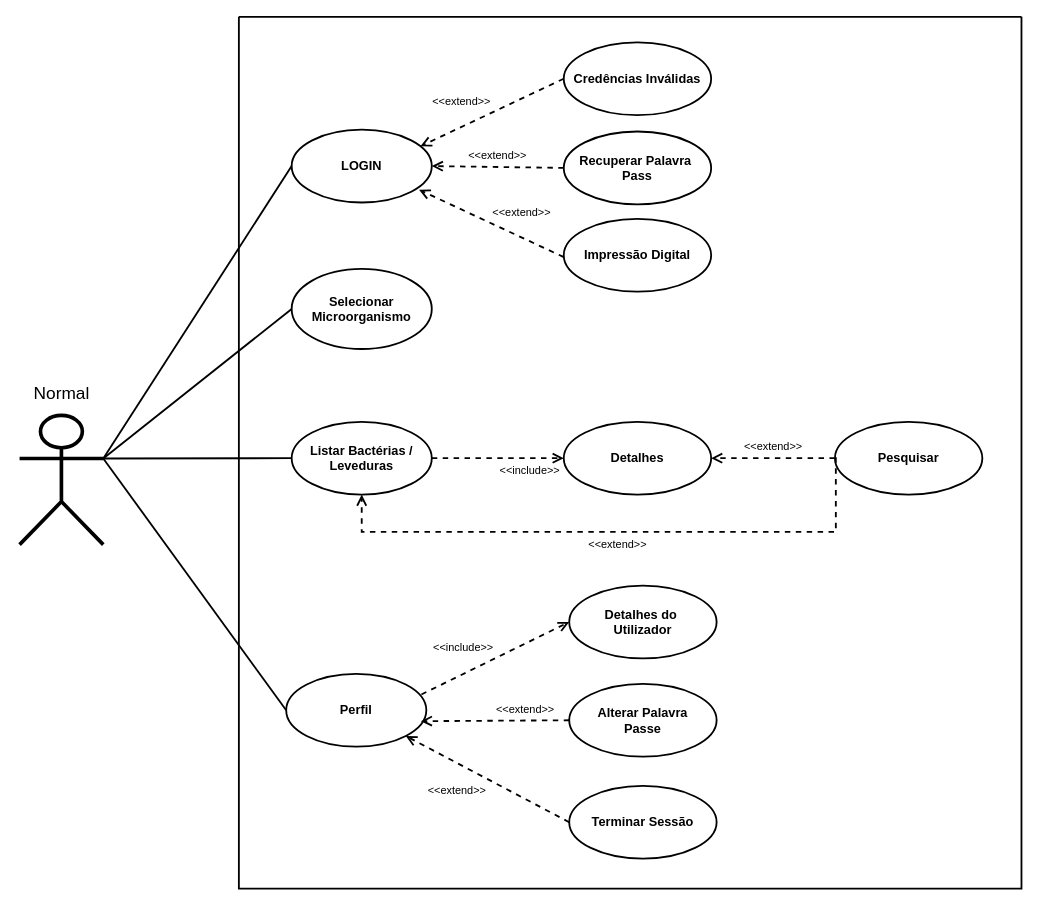
CarvalhoDaStreet/Diagrams keeps this draw.io diagram as NormalUseCase.drawio. Above is the earlier version. Source tidied: cells renumbered, new cells numbered last; positions are measured from the earlier drawing's top-left corner, leaving out a move shared by most shapes. Both pictures are drawn from the tidied source at 91%, with x=0, y=0 at pixel (19, 16).
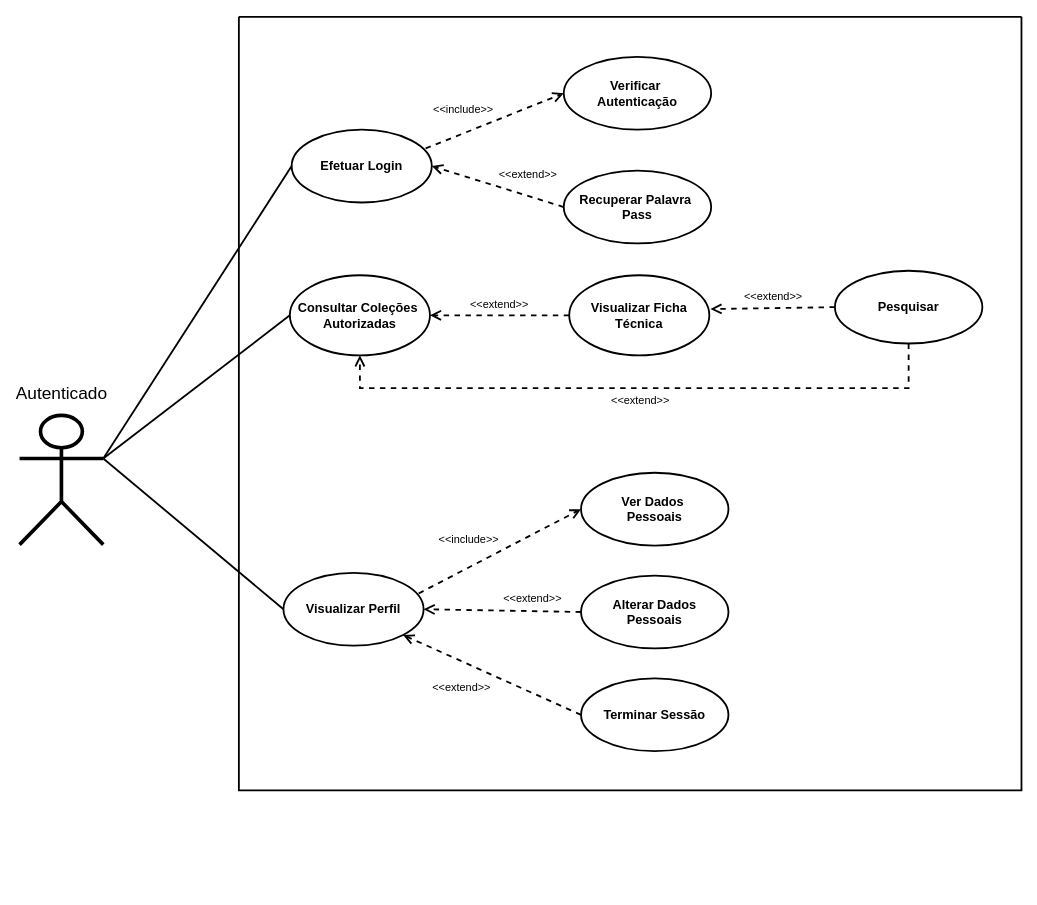
The same page after the edit.

The edit, as a diff of the source:
```diff
@@
     <mxCell id="2" style="swimlane;startSize=0;strokeWidth=2;rounded=1;swimlaneLine=0;fillColor=none;labelBackgroundColor=none;perimeterSpacing=2;" parent="1" vertex="1">
-      <mxGeometry x="241" width="860" height="958" as="geometry" />
+      <mxGeometry x="241" width="860" height="850" as="geometry" />
     </mxCell>
-    <mxCell id="3" value="LOGIN" style="ellipse;whiteSpace=wrap;html=1;fillColor=none;strokeWidth=2;fontSize=14;fontStyle=1;labelBackgroundColor=none;" parent="2" vertex="1">
+    <mxCell id="3" value="Efetuar Login" style="ellipse;whiteSpace=wrap;html=1;fillColor=none;strokeWidth=2;fontSize=14;fontStyle=1;labelBackgroundColor=none;" parent="2" vertex="1">
       <mxGeometry x="58" y="124" width="154" height="80" as="geometry" />
     </mxCell>
-    <mxCell id="4" value="Selecionar Microorganismo" style="ellipse;whiteSpace=wrap;fillColor=none;strokeWidth=2;fontSize=14;fontStyle=1;html=1;align=center;labelBackgroundColor=none;" parent="2" vertex="1">
-      <mxGeometry x="58" y="277" width="154" height="88" as="geometry" />
-    </mxCell>
-    <mxCell id="5" value="Listar Bactérias / Leveduras" style="ellipse;whiteSpace=wrap;html=1;fillColor=none;strokeWidth=2;fontSize=14;fontStyle=1;labelBackgroundColor=none;" parent="2" vertex="1">
-      <mxGeometry x="58" y="445" width="154" height="80" as="geometry" />
-    </mxCell>
-    <mxCell id="6" value="Perfil" style="ellipse;whiteSpace=wrap;html=1;fillColor=none;strokeWidth=2;fontSize=14;fontStyle=1;labelBackgroundColor=none;" parent="2" vertex="1">
-      <mxGeometry x="52" y="722" width="154" height="80" as="geometry" />
+    <mxCell id="6" value="Visualizar Perfil" style="ellipse;whiteSpace=wrap;html=1;fillColor=none;strokeWidth=2;fontSize=14;fontStyle=1;labelBackgroundColor=none;" parent="2" vertex="1">
+      <mxGeometry x="49" y="611" width="154" height="80" as="geometry" />
     </mxCell>
-    <mxCell id="7" value="Credências Inválidas" style="ellipse;whiteSpace=wrap;html=1;fillColor=none;strokeWidth=2;fontSize=14;fontStyle=1;labelBackgroundColor=none;" parent="2" vertex="1">
-      <mxGeometry x="357" y="28" width="162" height="80" as="geometry" />
+    <mxCell id="7" value="Verificar&amp;nbsp;&lt;div&gt;Autenticação&lt;/div&gt;" style="ellipse;whiteSpace=wrap;html=1;fillColor=none;strokeWidth=2;fontSize=14;fontStyle=1;labelBackgroundColor=none;" parent="2" vertex="1">
+      <mxGeometry x="357" y="44" width="162" height="80" as="geometry" />
     </mxCell>
-    <mxCell id="8" value="&amp;lt;&amp;lt;extend&amp;gt;&amp;gt;" style="endArrow=open;startArrow=none;endFill=0;startFill=0;endSize=8;html=1;verticalAlign=bottom;dashed=1;labelBackgroundColor=none;rounded=0;strokeWidth=2;exitX=0;exitY=0.5;exitDx=0;exitDy=0;entryX=0.919;entryY=0.228;entryDx=0;entryDy=0;fontColor=default;spacingBottom=3;labelPosition=left;verticalLabelPosition=top;align=right;entryPerimeter=0;fontSize=12;" parent="2" edge="1" source="7" target="3">
-      <mxGeometry relative="1" as="geometry" />
-    </mxCell>
     <mxCell id="9" value="Recuperar Palavra&amp;nbsp;&lt;div&gt;Pass&lt;/div&gt;" style="ellipse;whiteSpace=wrap;html=1;fillColor=none;strokeWidth=2;fontSize=14;fontStyle=1;labelBackgroundColor=none;" parent="2" vertex="1">
-      <mxGeometry x="357" y="126" width="162" height="80" as="geometry" />
+      <mxGeometry x="357" y="169" width="162" height="80" as="geometry" />
     </mxCell>
-    <mxCell id="10" value="&amp;lt;&amp;lt;extend&amp;gt;&amp;gt;" style="endArrow=open;startArrow=none;endFill=0;startFill=0;endSize=8;html=1;verticalAlign=bottom;dashed=1;labelBackgroundColor=none;rounded=0;strokeWidth=2;exitX=0;exitY=0.5;exitDx=0;exitDy=0;entryX=1;entryY=0.5;entryDx=0;entryDy=0;fontColor=default;spacingBottom=3;labelPosition=center;verticalLabelPosition=top;align=center;fontSize=12;" parent="2" edge="1" source="9" target="3">
+    <mxCell id="10" value="&amp;lt;&amp;lt;extend&amp;gt;&amp;gt;" style="endArrow=open;startArrow=none;endFill=0;startFill=0;endSize=8;html=1;verticalAlign=bottom;dashed=1;labelBackgroundColor=none;rounded=0;strokeWidth=2;exitX=0;exitY=0.5;exitDx=0;exitDy=0;entryX=1;entryY=0.5;entryDx=0;entryDy=0;fontColor=default;spacingBottom=3;labelPosition=right;verticalLabelPosition=top;align=left;fontSize=12;" parent="2" edge="1" source="9" target="3">
       <mxGeometry relative="1" as="geometry" />
     </mxCell>
-    <mxCell id="11" value="Impressão Digital" style="ellipse;whiteSpace=wrap;html=1;fillColor=none;strokeWidth=2;fontSize=14;fontStyle=1;labelBackgroundColor=none;" parent="2" vertex="1">
-      <mxGeometry x="357" y="222" width="162" height="80" as="geometry" />
-    </mxCell>
-    <mxCell id="12" value="&amp;lt;&amp;lt;extend&amp;gt;&amp;gt;" style="endArrow=open;startArrow=none;endFill=0;startFill=0;endSize=8;html=1;verticalAlign=bottom;dashed=1;labelBackgroundColor=none;rounded=0;strokeWidth=2;exitX=0;exitY=0.5;exitDx=0;exitDy=0;entryX=0.909;entryY=0.825;entryDx=0;entryDy=0;fontColor=default;spacingBottom=3;entryPerimeter=0;labelPosition=right;verticalLabelPosition=top;align=left;fontSize=12;" parent="2" edge="1" target="3">
-      <mxGeometry relative="1" as="geometry">
-        <mxPoint x="357" y="264" as="sourcePoint" />
-      </mxGeometry>
-    </mxCell>
-    <mxCell id="13" value="Detalhes" style="ellipse;whiteSpace=wrap;html=1;fillColor=none;strokeWidth=2;fontSize=14;fontStyle=1;labelBackgroundColor=none;" parent="2" vertex="1">
-      <mxGeometry x="357" y="445" width="162" height="80" as="geometry" />
-    </mxCell>
-    <mxCell id="14" value="&amp;lt;&amp;lt;include&amp;gt;&amp;gt;" style="endArrow=open;startArrow=none;endFill=0;startFill=0;endSize=8;html=1;verticalAlign=top;dashed=1;labelBackgroundColor=none;rounded=0;strokeWidth=2;fontColor=default;spacingBottom=3;labelPosition=right;verticalLabelPosition=bottom;align=left;exitX=1;exitY=0.5;exitDx=0;exitDy=0;entryX=0;entryY=0.5;entryDx=0;entryDy=0;fontSize=12;" parent="2" edge="1" source="5" target="13">
-      <mxGeometry relative="1" as="geometry" />
-    </mxCell>
-    <mxCell id="15" value="Pesquisar" style="ellipse;whiteSpace=wrap;html=1;fillColor=none;strokeWidth=2;fontSize=14;fontStyle=1;labelBackgroundColor=none;" parent="2" vertex="1">
-      <mxGeometry x="655" y="445" width="162" height="80" as="geometry" />
-    </mxCell>
-    <mxCell id="16" value="&amp;lt;&amp;lt;extend&amp;gt;&amp;gt;" style="endArrow=open;startArrow=none;endFill=0;startFill=0;endSize=8;html=1;verticalAlign=top;dashed=1;labelBackgroundColor=none;rounded=0;strokeWidth=2;exitX=0;exitY=0.5;exitDx=0;exitDy=0;fontColor=default;spacingBottom=3;labelPosition=center;verticalLabelPosition=bottom;align=center;edgeStyle=orthogonalEdgeStyle;fontSize=12;entryX=0.5;entryY=1;entryDx=0;entryDy=0;" parent="2" edge="1" source="15" target="5">
+    <mxCell id="16" value="&amp;lt;&amp;lt;extend&amp;gt;&amp;gt;" style="endArrow=open;startArrow=none;endFill=0;startFill=0;endSize=8;html=1;verticalAlign=top;dashed=1;labelBackgroundColor=none;rounded=0;strokeWidth=2;exitX=0.5;exitY=1;exitDx=0;exitDy=0;fontColor=default;spacingBottom=3;labelPosition=center;verticalLabelPosition=bottom;align=center;edgeStyle=orthogonalEdgeStyle;fontSize=12;entryX=0.5;entryY=1;entryDx=0;entryDy=0;" parent="2" edge="1" source="15" target="29">
       <mxGeometry relative="1" as="geometry">
         <Array as="points">
-          <mxPoint x="656" y="566" />
-          <mxPoint x="135" y="566" />
+          <mxPoint x="736" y="408" />
+          <mxPoint x="133" y="408" />
         </Array>
       </mxGeometry>
     </mxCell>
-    <mxCell id="17" value="&amp;lt;&amp;lt;extend&amp;gt;&amp;gt;" style="endArrow=open;startArrow=none;endFill=0;startFill=0;endSize=8;html=1;verticalAlign=bottom;dashed=1;labelBackgroundColor=none;rounded=0;strokeWidth=2;exitX=0;exitY=0.5;exitDx=0;exitDy=0;entryX=1;entryY=0.5;entryDx=0;entryDy=0;fontColor=default;spacingBottom=3;labelPosition=center;verticalLabelPosition=top;align=center;fontSize=12;" parent="2" edge="1" source="15" target="13">
-      <mxGeometry relative="1" as="geometry" />
-    </mxCell>
-    <mxCell id="18" value="Detalhes do&amp;nbsp;&lt;div&gt;Utilizador&lt;/div&gt;" style="ellipse;whiteSpace=wrap;html=1;fillColor=none;strokeWidth=2;fontSize=14;fontStyle=1;labelBackgroundColor=none;" parent="2" vertex="1">
-      <mxGeometry x="363" y="625" width="162" height="80" as="geometry" />
+    <mxCell id="18" value="Ver Dados&amp;nbsp;&lt;div&gt;&lt;div&gt;Pessoais&lt;/div&gt;&lt;/div&gt;" style="ellipse;whiteSpace=wrap;html=1;fillColor=none;strokeWidth=2;fontSize=14;fontStyle=1;labelBackgroundColor=none;" parent="2" vertex="1">
+      <mxGeometry x="376" y="501" width="162" height="80" as="geometry" />
     </mxCell>
@@
-    <mxCell id="20" value="Alterar Palavra&lt;div&gt;Passe&lt;/div&gt;" style="ellipse;whiteSpace=wrap;html=1;fillColor=none;strokeWidth=2;fontSize=14;fontStyle=1;labelBackgroundColor=none;" parent="2" vertex="1">
-      <mxGeometry x="363" y="733" width="162" height="80" as="geometry" />
+    <mxCell id="20" value="Alterar Dados&lt;div&gt;Pessoais&lt;/div&gt;" style="ellipse;whiteSpace=wrap;html=1;fillColor=none;strokeWidth=2;fontSize=14;fontStyle=1;labelBackgroundColor=none;" parent="2" vertex="1">
+      <mxGeometry x="376" y="614" width="162" height="80" as="geometry" />
     </mxCell>
-    <mxCell id="21" value="&amp;lt;&amp;lt;extend&amp;gt;&amp;gt;" style="endArrow=open;startArrow=none;endFill=0;startFill=0;endSize=8;html=1;verticalAlign=bottom;dashed=1;labelBackgroundColor=none;rounded=0;strokeWidth=2;exitX=0;exitY=0.5;exitDx=0;exitDy=0;entryX=0.961;entryY=0.65;entryDx=0;entryDy=0;fontColor=default;spacingBottom=3;entryPerimeter=0;labelPosition=right;verticalLabelPosition=top;align=left;fontSize=12;" parent="2" edge="1" source="20" target="6">
+    <mxCell id="21" value="&amp;lt;&amp;lt;extend&amp;gt;&amp;gt;" style="endArrow=open;startArrow=none;endFill=0;startFill=0;endSize=8;html=1;verticalAlign=bottom;dashed=1;labelBackgroundColor=none;rounded=0;strokeWidth=2;exitX=0;exitY=0.5;exitDx=0;exitDy=0;entryX=1;entryY=0.5;entryDx=0;entryDy=0;fontColor=default;spacingBottom=3;labelPosition=right;verticalLabelPosition=top;align=left;fontSize=12;" parent="2" edge="1" source="20" target="6">
       <mxGeometry relative="1" as="geometry" />
     </mxCell>
     <mxCell id="22" value="Terminar Sessão" style="ellipse;whiteSpace=wrap;html=1;fillColor=none;strokeWidth=2;fontSize=14;fontStyle=1;labelBackgroundColor=none;" parent="2" vertex="1">
-      <mxGeometry x="363" y="845" width="162" height="80" as="geometry" />
+      <mxGeometry x="376" y="727" width="162" height="80" as="geometry" />
     </mxCell>
@@
+    <mxCell id="14" value="&amp;lt;&amp;lt;include&amp;gt;&amp;gt;" style="endArrow=open;startArrow=none;endFill=0;startFill=0;endSize=8;html=1;verticalAlign=bottom;dashed=1;labelBackgroundColor=none;rounded=0;strokeWidth=2;exitX=0.956;exitY=0.258;exitDx=0;exitDy=0;fontColor=default;spacingBottom=3;labelPosition=left;verticalLabelPosition=top;align=right;fontSize=12;entryX=0;entryY=0.5;entryDx=0;entryDy=0;exitPerimeter=0;" parent="2" edge="1" source="3" target="7">
+      <mxGeometry relative="1" as="geometry" />
+    </mxCell>
+    <mxCell id="29" value="Consultar Coleções&amp;nbsp;&lt;div&gt;Autorizadas&lt;/div&gt;" style="ellipse;whiteSpace=wrap;fillColor=none;strokeWidth=2;fontSize=14;fontStyle=1;html=1;align=center;labelBackgroundColor=none;" parent="2" vertex="1">
+      <mxGeometry x="56" y="284" width="154" height="88" as="geometry" />
+    </mxCell>
+    <mxCell id="17" value="&amp;lt;&amp;lt;extend&amp;gt;&amp;gt;" style="endArrow=open;startArrow=none;endFill=0;startFill=0;endSize=8;html=1;verticalAlign=bottom;dashed=1;labelBackgroundColor=none;rounded=0;strokeWidth=2;exitX=0;exitY=0.5;exitDx=0;exitDy=0;entryX=1;entryY=0.5;entryDx=0;entryDy=0;fontColor=default;spacingBottom=3;labelPosition=center;verticalLabelPosition=top;align=center;fontSize=12;" parent="2" edge="1" source="30" target="29">
+      <mxGeometry relative="1" as="geometry" />
+    </mxCell>
+    <mxCell id="30" value="&lt;div&gt;Visualizar Ficha&lt;/div&gt;&lt;div&gt;Técnica&lt;/div&gt;" style="ellipse;whiteSpace=wrap;fillColor=none;strokeWidth=2;fontSize=14;fontStyle=1;html=1;align=center;labelBackgroundColor=none;" parent="2" vertex="1">
+      <mxGeometry x="363" y="284" width="154" height="88" as="geometry" />
+    </mxCell>
+    <mxCell id="15" value="Pesquisar" style="ellipse;whiteSpace=wrap;html=1;fillColor=none;strokeWidth=2;fontSize=14;fontStyle=1;labelBackgroundColor=none;" parent="2" vertex="1">
+      <mxGeometry x="655" y="279" width="162" height="80" as="geometry" />
+    </mxCell>
+    <mxCell id="31" value="&amp;lt;&amp;lt;extend&amp;gt;&amp;gt;" style="endArrow=open;startArrow=none;endFill=0;startFill=0;endSize=8;html=1;verticalAlign=bottom;dashed=1;labelBackgroundColor=none;rounded=0;strokeWidth=2;exitX=0;exitY=0.5;exitDx=0;exitDy=0;entryX=1.008;entryY=0.422;entryDx=0;entryDy=0;fontColor=default;spacingBottom=3;labelPosition=center;verticalLabelPosition=top;align=center;fontSize=12;entryPerimeter=0;" parent="2" edge="1" source="15" target="30">
+      <mxGeometry relative="1" as="geometry" />
+    </mxCell>
-    <mxCell id="24" value="&lt;div&gt;Normal&lt;/div&gt;" style="shape=umlActor;verticalLabelPosition=top;verticalAlign=bottom;html=1;outlineConnect=0;strokeWidth=4;labelPosition=center;align=center;spacingTop=3;spacingBottom=4;fontSize=19;fontStyle=0;spacing=8;perimeterSpacing=0;labelBackgroundColor=none;labelBorderColor=none;fillColor=none;" parent="1" vertex="1">
+    <mxCell id="24" value="&lt;div&gt;Autenticado&lt;/div&gt;" style="shape=umlActor;verticalLabelPosition=top;verticalAlign=bottom;html=1;outlineConnect=0;strokeWidth=4;labelPosition=center;align=center;spacingTop=3;spacingBottom=4;fontSize=19;fontStyle=0;spacing=8;perimeterSpacing=0;labelBackgroundColor=none;labelBorderColor=none;fillColor=none;" parent="1" vertex="1">
       <mxGeometry y="438" width="92" height="142" as="geometry" />
     </mxCell>
-    <mxCell id="25" style="endArrow=none;html=1;rounded=0;entryX=0;entryY=0.5;entryDx=0;entryDy=0;fontColor=default;strokeWidth=2;exitX=1;exitY=0.3333333333333333;exitDx=0;exitDy=0;exitPerimeter=0;labelBackgroundColor=none;" parent="1" edge="1" source="24" target="4">
+    <mxCell id="25" style="endArrow=none;html=1;rounded=0;entryX=0;entryY=0.5;entryDx=0;entryDy=0;fontColor=default;strokeWidth=2;exitX=1;exitY=0.3333333333333333;exitDx=0;exitDy=0;exitPerimeter=0;labelBackgroundColor=none;" parent="1" edge="1" source="24" target="29">
       <mxGeometry relative="1" as="geometry" />
     </mxCell>
-    <mxCell id="26" style="endArrow=none;html=1;rounded=0;exitX=1;exitY=0.3333333333333333;exitDx=0;exitDy=0;exitPerimeter=0;entryX=0;entryY=0.5;entryDx=0;entryDy=0;fontColor=default;strokeWidth=2;labelBackgroundColor=none;" parent="1" edge="1" source="24" target="5">
-      <mxGeometry relative="1" as="geometry" />
-    </mxCell>
```
